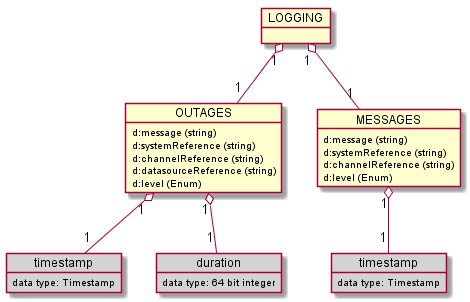
OpenRailAssociation/rcm-dx keeps this PlantUML diagram as images/generated/rcmdx_logging_group.png. Above is the earlier version.
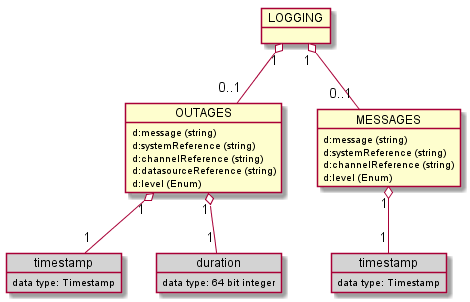
The same diagram one commit later.

Commit message:
Image to show root and loging groups.

What changed in the source:
```diff
@@ -8,7 +8,7 @@
     d:datasourceReference (string)
     d:level (Enum)
   }
-  LOGGING "1" o-- "1" OUTAGES
+  LOGGING "1" o-- "0..1" OUTAGES
   object "timestamp" as out_timestamp #LightGray {
     data type: Timestamp
   }
@@ -24,7 +24,7 @@
     d:channelReference (string)
     d:level (Enum)
   }
-  LOGGING "1" o-- "1" MESSAGES
+  LOGGING "1" o-- "0..1" MESSAGES
 
   object "timestamp" as msg_timestamp #LightGray {
     data type: Timestamp
```
